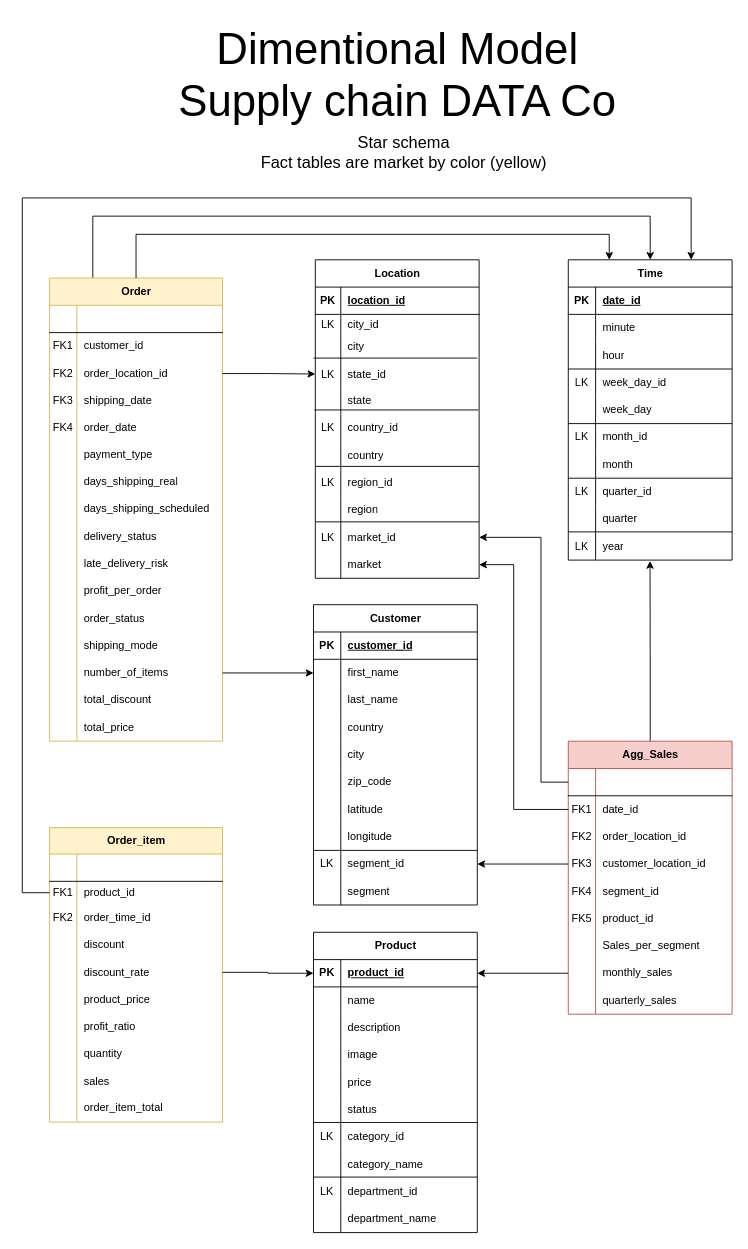
Earlier version of the draw.io diagram Model-designs/dimensional.drawio (crdsteixeira/DW_project). Source tidied: cells renumbered, new cells numbered last; positions are measured from the earlier drawing's top-left corner, leaving out a move shared by most shapes. Both pictures are drawn from the tidied source at 91%, with x=0, y=0 at pixel (22, 15).
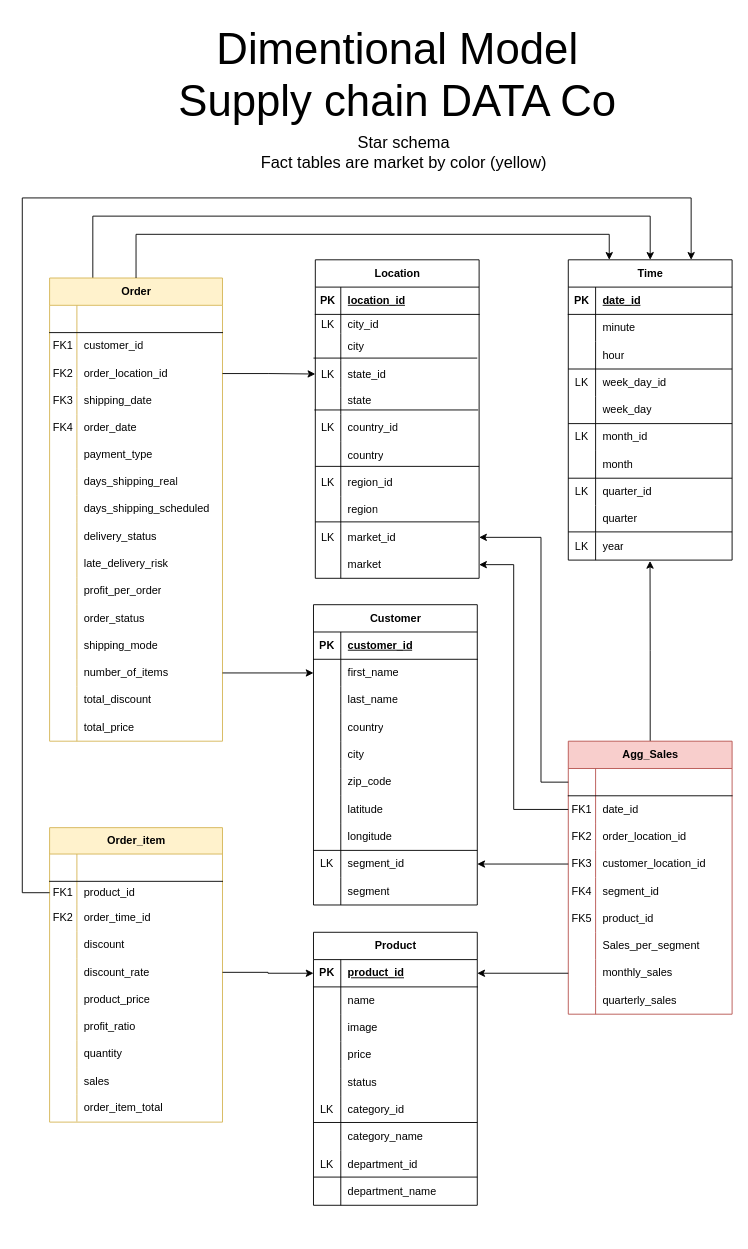
The same diagram, later.

Change to the diagram source:
```diff
@@
     <mxCell id="177" value="Product" style="shape=table;startSize=30;childLayout=tableLayout;rowLines=0;fontStyle=1;align=center;html=1;" parent="1" vertex="1">
-      <mxGeometry x="320" y="1007" width="180" height="330" as="geometry" />
+      <mxGeometry x="320" y="1007" width="180" height="300" as="geometry" />
     </mxCell>
@@
-    <mxCell id="184" style="shape=tableRow;horizontal=0;startSize=0;swimlaneHead=0;swimlaneBody=0;fillColor=none;top=0;left=0;right=0;bottom=0;" parent="177" vertex="1">
-      <mxGeometry y="90" width="180" height="30" as="geometry" />
-    </mxCell>
-    <mxCell id="185" style="shape=partialRectangle;fillColor=none;top=0;left=0;bottom=0;right=0;overflow=hidden;whiteSpace=wrap;html=1;" parent="184" vertex="1">
-      <mxGeometry width="30" height="30" as="geometry" />
-    </mxCell>
-    <mxCell id="186" value="description" style="shape=partialRectangle;fillColor=none;top=0;left=0;bottom=0;right=0;align=left;spacingLeft=6;overflow=hidden;whiteSpace=wrap;html=1;fontStyle=0;" parent="184" vertex="1">
-      <mxGeometry x="30" width="150" height="30" as="geometry" />
-    </mxCell>
     <mxCell id="187" style="shape=tableRow;horizontal=0;startSize=0;swimlaneHead=0;swimlaneBody=0;fillColor=none;top=0;left=0;right=0;bottom=0;" parent="177" vertex="1">
-      <mxGeometry y="120" width="180" height="30" as="geometry" />
+      <mxGeometry y="90" width="180" height="30" as="geometry" />
     </mxCell>
@@
     <mxCell id="190" style="shape=tableRow;horizontal=0;startSize=0;swimlaneHead=0;swimlaneBody=0;fillColor=none;top=0;left=0;right=0;bottom=0;" parent="177" vertex="1">
-      <mxGeometry y="150" width="180" height="30" as="geometry" />
+      <mxGeometry y="120" width="180" height="30" as="geometry" />
     </mxCell>
@@
     <mxCell id="193" style="shape=tableRow;horizontal=0;startSize=0;swimlaneHead=0;swimlaneBody=0;fillColor=none;top=0;left=0;right=0;bottom=0;" parent="177" vertex="1">
-      <mxGeometry y="180" width="180" height="30" as="geometry" />
+      <mxGeometry y="150" width="180" height="30" as="geometry" />
     </mxCell>
@@
     <mxCell id="196" style="shape=tableRow;horizontal=0;startSize=0;swimlaneHead=0;swimlaneBody=0;fillColor=none;top=0;left=0;right=0;bottom=0;" parent="177" vertex="1">
-      <mxGeometry y="210" width="180" height="30" as="geometry" />
+      <mxGeometry y="180" width="180" height="30" as="geometry" />
     </mxCell>
@@
     <mxCell id="199" style="shape=tableRow;horizontal=0;startSize=0;swimlaneHead=0;swimlaneBody=0;fillColor=none;top=0;left=0;right=0;bottom=0;" parent="177" vertex="1">
-      <mxGeometry y="240" width="180" height="30" as="geometry" />
+      <mxGeometry y="210" width="180" height="30" as="geometry" />
     </mxCell>
@@
     <mxCell id="202" style="shape=tableRow;horizontal=0;startSize=0;swimlaneHead=0;swimlaneBody=0;fillColor=none;top=0;left=0;right=0;bottom=0;" parent="177" vertex="1">
-      <mxGeometry y="270" width="180" height="30" as="geometry" />
+      <mxGeometry y="240" width="180" height="30" as="geometry" />
     </mxCell>
@@
     <mxCell id="205" style="shape=tableRow;horizontal=0;startSize=0;swimlaneHead=0;swimlaneBody=0;fillColor=none;top=0;left=0;right=0;bottom=0;" parent="177" vertex="1">
-      <mxGeometry y="300" width="180" height="30" as="geometry" />
+      <mxGeometry y="270" width="180" height="30" as="geometry" />
     </mxCell>
```
